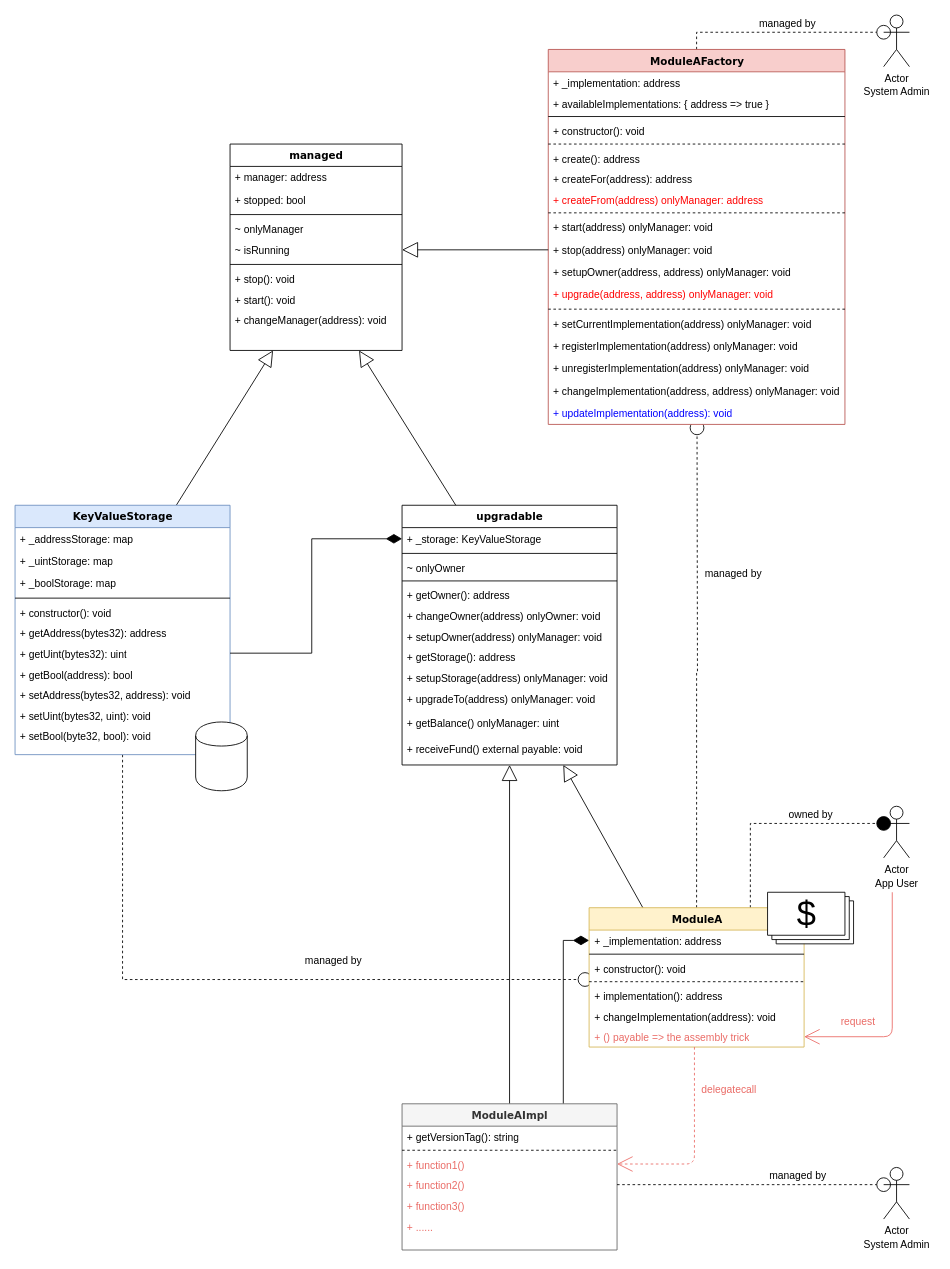
This is blockchain/ethereum/upgradable-contract/UpgradableContracts2.drawio from hmisty/coding, a draw.io file, before an edit. Source tidied: cells renumbered, new cells numbered last; positions are measured from the earlier drawing's top-left corner, leaving out a move shared by most shapes. Both pictures are drawn from the tidied source at 86%, with x=0, y=0 at pixel (15, 15).
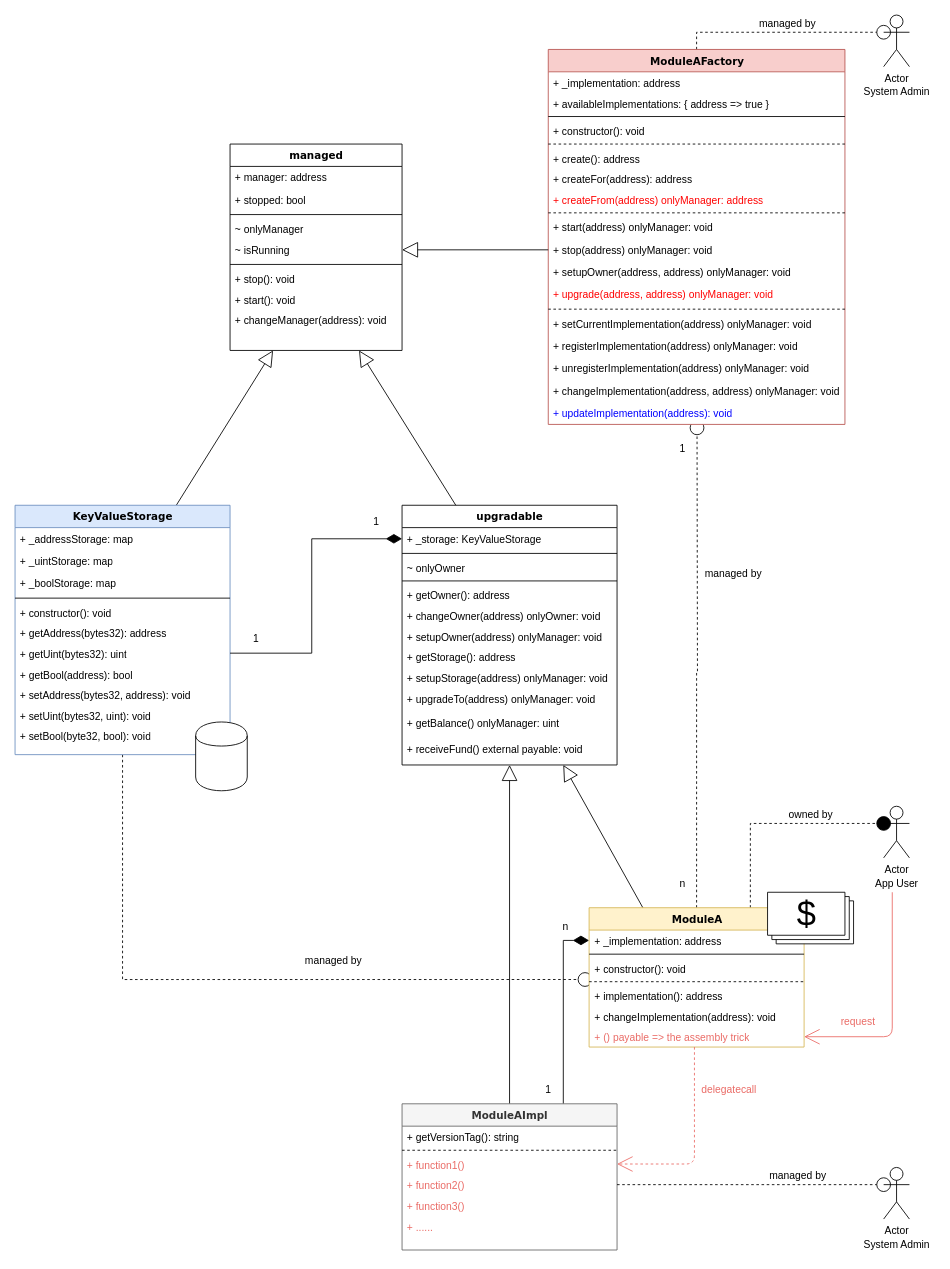
The same diagram, later.

Commit message (it also covers changes not shown here):
relation annotation for class diagram

Change to the diagram source:
```diff
@@
+    <mxCell id="102" value="1" style="text;html=1;align=center;verticalAlign=middle;" parent="1" vertex="1">
+      <mxGeometry x="270" y="716" width="20" height="20" as="geometry" />
+    </mxCell>
+    <mxCell id="103" value="1" style="text;html=1;align=center;verticalAlign=middle;" parent="1" vertex="1">
+      <mxGeometry x="410" y="580" width="20" height="20" as="geometry" />
+    </mxCell>
+    <mxCell id="104" value="1" style="text;html=1;align=center;verticalAlign=middle;" parent="1" vertex="1">
+      <mxGeometry x="766" y="494" width="20" height="20" as="geometry" />
+    </mxCell>
+    <mxCell id="105" value="n" style="text;html=1;align=center;verticalAlign=middle;" parent="1" vertex="1">
+      <mxGeometry x="766" y="1000" width="20" height="20" as="geometry" />
+    </mxCell>
+    <mxCell id="106" value="1" style="text;html=1;align=center;verticalAlign=middle;" parent="1" vertex="1">
+      <mxGeometry x="610" y="1240" width="20" height="20" as="geometry" />
+    </mxCell>
+    <mxCell id="107" value="n" style="text;html=1;align=center;verticalAlign=middle;" parent="1" vertex="1">
+      <mxGeometry x="630" y="1050" width="20" height="20" as="geometry" />
+    </mxCell>
```
